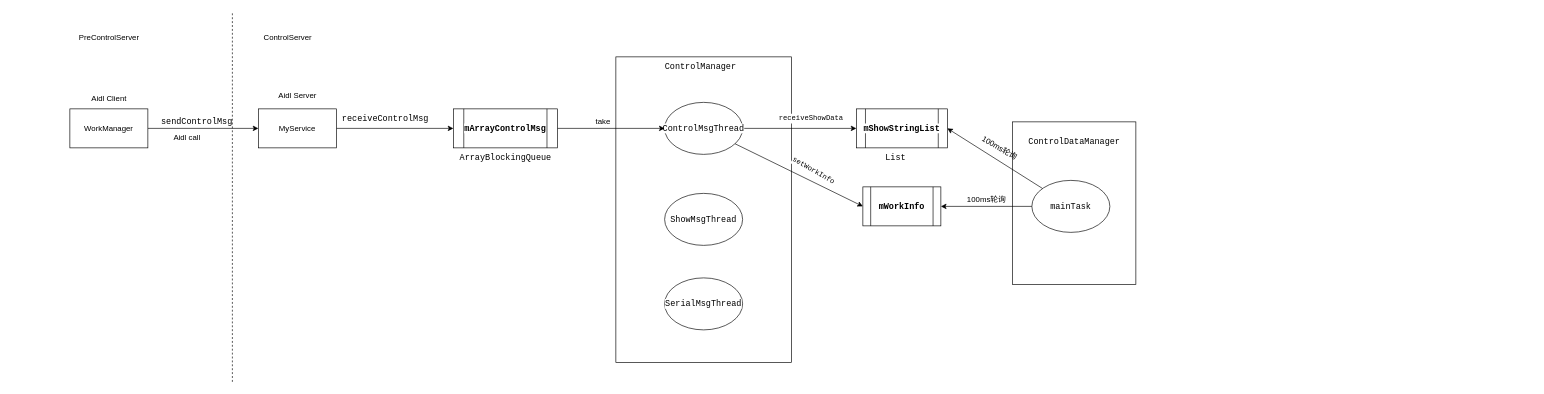
Before: Control_Server.drawio in zhangmeizhen/test2, a draw.io diagram. Source tidied: cells renumbered, new cells numbered last; positions are measured from the earlier drawing's top-left corner, leaving out a move shared by most shapes. Both pictures are drawn from the tidied source at 65%, with x=0, y=0 at pixel (70, 11).
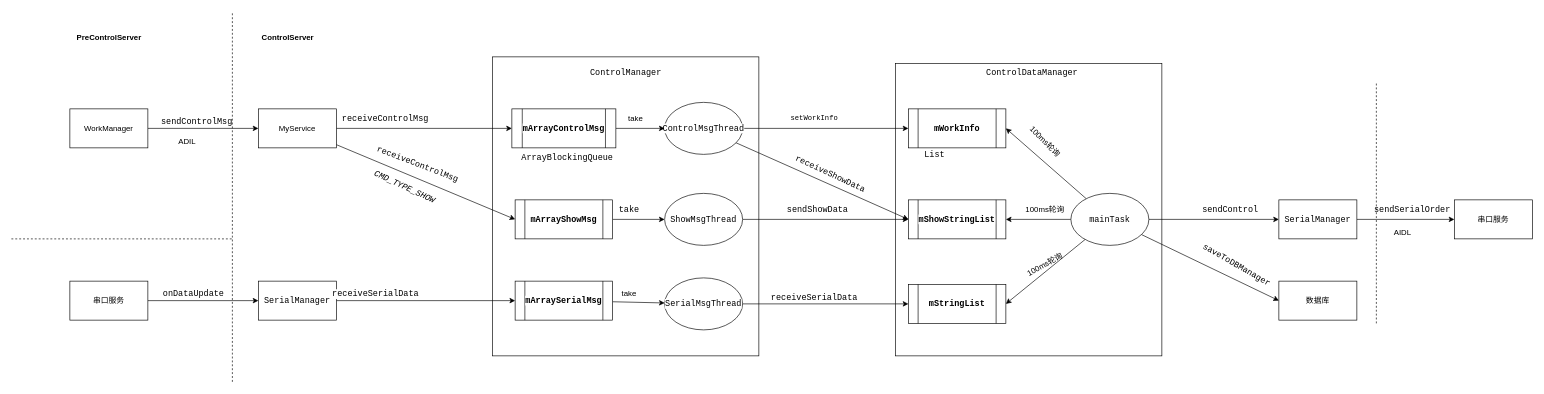
After the change.

Unchanged cells that the change refers to:
```xml
<mxCell id="7" value="&lt;pre style=&quot;background-color: rgb(255 , 255 , 255) ; font-family: &amp;#34;jetbrains mono&amp;#34; , monospace ; font-size: 9.8pt&quot;&gt;ShowMsgThread&lt;/pre&gt;" style="ellipse;whiteSpace=wrap;html=1;" parent="1" vertex="1">
  <mxGeometry x="915" y="280" width="120" height="80" as="geometry" />
</mxCell>
<mxCell id="8" value="&lt;pre style=&quot;background-color: rgb(255 , 255 , 255) ; font-family: &amp;#34;jetbrains mono&amp;#34; , monospace ; font-size: 9.8pt&quot;&gt;SerialMsgThread&lt;/pre&gt;" style="ellipse;whiteSpace=wrap;html=1;" parent="1" vertex="1">
  <mxGeometry x="915" y="410" width="120" height="80" as="geometry" />
</mxCell>
<mxCell id="27" value="MyService" style="rounded=0;whiteSpace=wrap;html=1;" parent="1" vertex="1">
  <mxGeometry x="290" y="150" width="120" height="60" as="geometry" />
</mxCell>
```

Change to the diagram source:
```diff
@@
+    <mxCell id="10" style="rounded=0;whiteSpace=wrap;html=1;" parent="1" vertex="1">
+      <mxGeometry x="1270" y="80" width="410" height="450" as="geometry" />
+    </mxCell>
     <mxCell id="2" style="rounded=0;whiteSpace=wrap;html=1;" parent="1" vertex="1">
-      <mxGeometry x="840" y="70" width="270" height="470" as="geometry" />
+      <mxGeometry x="650" y="70" width="410" height="460" as="geometry" />
     </mxCell>
     <mxCell id="3" value="&lt;pre style=&quot;background-color: rgb(255 , 255 , 255) ; font-family: &amp;#34;jetbrains mono&amp;#34; , monospace ; font-size: 9.8pt&quot;&gt;ControlManager&lt;/pre&gt;" style="text;html=1;align=center;verticalAlign=middle;strokeColor=none;" parent="1" vertex="1">
-      <mxGeometry x="915" y="60" width="110" height="50" as="geometry" />
+      <mxGeometry x="800" y="70" width="110" height="50" as="geometry" />
     </mxCell>
@@
+    <mxCell id="38" style="edgeStyle=none;rounded=0;jettySize=auto;html=1;" parent="1" edge="1" source="7" target="20">
+      <mxGeometry relative="1" as="geometry" />
+    </mxCell>
@@
+    <mxCell id="39" style="edgeStyle=none;rounded=0;jettySize=auto;html=1;entryX=0;entryY=0.5;entryDx=0;entryDy=0;" parent="1" edge="1" source="8" target="56">
+      <mxGeometry relative="1" as="geometry" />
+    </mxCell>
@@
-    <mxCell id="9" style="group;" parent="1" vertex="1">
-      <mxGeometry x="1450" y="170" width="190" height="250" as="geometry" />
-    </mxCell>
-    <mxCell id="10" style="rounded=0;whiteSpace=wrap;html=1;" parent="9" vertex="1">
-      <mxGeometry width="190" height="250" as="geometry" />
-    </mxCell>
-    <mxCell id="11" value="&lt;pre style=&quot;background-color: rgb(255 , 255 , 255) ; font-family: &amp;#34;jetbrains mono&amp;#34; , monospace ; font-size: 9.8pt&quot;&gt;mainTask&lt;/pre&gt;" style="ellipse;whiteSpace=wrap;html=1;" parent="9" vertex="1">
-      <mxGeometry x="30" y="90" width="120" height="80" as="geometry" />
-    </mxCell>
-    <mxCell id="12" value="&lt;pre style=&quot;background-color: rgb(255 , 255 , 255) ; font-family: &amp;#34;jetbrains mono&amp;#34; , monospace ; font-size: 9.8pt&quot;&gt;ControlDataManager&lt;/pre&gt;" style="text;html=1;align=center;verticalAlign=middle;strokeColor=none;" parent="9" vertex="1">
-      <mxGeometry x="25" y="5" width="140" height="50" as="geometry" />
-    </mxCell>
     <mxCell id="13" value="&lt;pre style=&quot;background-color: rgb(255 , 255 , 255) ; font-family: &amp;#34;jetbrains mono&amp;#34; , monospace ; font-size: 9.8pt&quot;&gt;&lt;span style=&quot;font-weight: bold&quot;&gt;mWorkInfo&lt;/span&gt;&lt;/pre&gt;" style="shape=process;whiteSpace=wrap;html=1;backgroundOutline=1;" parent="1" vertex="1">
-      <mxGeometry x="1220" y="270" width="120" height="60" as="geometry" />
+      <mxGeometry x="1290" y="150" width="150" height="60" as="geometry" />
     </mxCell>
-    <mxCell id="14" style="edgeStyle=orthogonalEdgeStyle;rounded=0;jettySize=auto;html=1;entryX=1;entryY=0.5;entryDx=0;entryDy=0;" parent="1" edge="1" source="11" target="13">
+    <mxCell id="14" style="rounded=0;jettySize=auto;html=1;entryX=1;entryY=0.5;entryDx=0;entryDy=0;" parent="1" edge="1" source="11" target="13">
       <mxGeometry relative="1" as="geometry" />
     </mxCell>
     <mxCell id="15" value="100ms轮询" style="text;html=1;align=center;verticalAlign=middle;strokeColor=none;" parent="1" vertex="1">
-      <mxGeometry x="1370" y="280" width="80" height="20" as="geometry" />
+      <mxGeometry x="1460" y="295" width="80" height="20" as="geometry" />
     </mxCell>
@@
     <mxCell id="17" value="&lt;pre style=&quot;background-color: rgb(255 , 255 , 255) ; font-family: &amp;#34;jetbrains mono&amp;#34; , monospace ; font-size: 9.8pt&quot;&gt;&lt;span style=&quot;font-weight: bold&quot;&gt;mArrayControlMsg&lt;/span&gt;&lt;/pre&gt;" style="shape=process;whiteSpace=wrap;html=1;backgroundOutline=1;" parent="1" vertex="1">
-      <mxGeometry x="590" y="150" width="160" height="60" as="geometry" />
+      <mxGeometry x="680" y="150" width="160" height="60" as="geometry" />
     </mxCell>
     <mxCell id="18" value="take" style="text;html=1;align=center;verticalAlign=middle;strokeColor=none;" parent="1" vertex="1">
-      <mxGeometry x="800" y="160" width="40" height="20" as="geometry" />
+      <mxGeometry x="850" y="155" width="40" height="20" as="geometry" />
     </mxCell>
     <mxCell id="19" value="&lt;pre style=&quot;background-color: rgb(255 , 255 , 255) ; font-family: &amp;#34;jetbrains mono&amp;#34; , monospace ; font-size: 9.8pt&quot;&gt;ArrayBlockingQueue&lt;/pre&gt;" style="text;html=1;align=center;verticalAlign=middle;strokeColor=none;" parent="1" vertex="1">
-      <mxGeometry x="600" y="200" width="140" height="50" as="geometry" />
+      <mxGeometry x="695" y="200" width="140" height="50" as="geometry" />
     </mxCell>
     <mxCell id="20" value="&lt;pre style=&quot;background-color: rgb(255 , 255 , 255) ; font-family: &amp;#34;jetbrains mono&amp;#34; , monospace ; font-size: 9.8pt&quot;&gt;&lt;span style=&quot;font-weight: bold&quot;&gt;mShowStringList&lt;/span&gt;&lt;/pre&gt;" style="shape=process;whiteSpace=wrap;html=1;backgroundOutline=1;" parent="1" vertex="1">
-      <mxGeometry x="1210" y="150" width="140" height="60" as="geometry" />
+      <mxGeometry x="1290" y="290" width="150" height="60" as="geometry" />
     </mxCell>
@@
-    <mxCell id="22" value="100ms轮询" style="text;html=1;align=center;verticalAlign=middle;strokeColor=none;rotation=30;" parent="1" vertex="1">
-      <mxGeometry x="1390" y="200" width="80" height="20" as="geometry" />
+    <mxCell id="22" value="100ms轮询" style="text;html=1;align=center;verticalAlign=middle;strokeColor=none;rotation=45;" parent="1" vertex="1">
+      <mxGeometry x="1460" y="190" width="80" height="20" as="geometry" />
     </mxCell>
-    <mxCell id="23" value="&lt;pre style=&quot;background-color: rgb(255 , 255 , 255) ; font-family: &amp;#34;jetbrains mono&amp;#34; , monospace&quot;&gt;&lt;font style=&quot;font-size: 11px&quot;&gt;setWorkInfo&lt;/font&gt;&lt;/pre&gt;" style="text;html=1;align=center;verticalAlign=middle;strokeColor=none;rotation=30;" parent="1" vertex="1">
-      <mxGeometry x="1104" y="225" width="80" height="40" as="geometry" />
+    <mxCell id="23" value="&lt;pre style=&quot;background-color: rgb(255 , 255 , 255) ; font-family: &amp;#34;jetbrains mono&amp;#34; , monospace&quot;&gt;&lt;font style=&quot;font-size: 11px&quot;&gt;setWorkInfo&lt;/font&gt;&lt;/pre&gt;" style="text;html=1;align=center;verticalAlign=middle;strokeColor=none;rotation=0;" parent="1" vertex="1">
+      <mxGeometry x="1105" y="145" width="80" height="40" as="geometry" />
     </mxCell>
-    <mxCell id="24" value="&lt;pre style=&quot;background-color: rgb(255 , 255 , 255) ; font-family: &amp;#34;jetbrains mono&amp;#34; , monospace&quot;&gt;&lt;font style=&quot;font-size: 11px&quot;&gt;receiveShowData&lt;/font&gt;&lt;/pre&gt;" style="text;html=1;align=center;verticalAlign=middle;strokeColor=none;" parent="1" vertex="1">
-      <mxGeometry x="1085" y="145" width="110" height="40" as="geometry" />
+    <mxCell id="24" value="&lt;pre style=&quot;background-color: rgb(255 , 255 , 255) ; font-family: &amp;#34;jetbrains mono&amp;#34; , monospace&quot;&gt;&lt;font style=&quot;font-size: 13px&quot;&gt;receiveShowData&lt;/font&gt;&lt;/pre&gt;" style="text;html=1;align=center;verticalAlign=middle;strokeColor=none;rotation=25;" parent="1" vertex="1">
+      <mxGeometry x="1110" y="230" width="120" height="40" as="geometry" />
     </mxCell>
     <mxCell id="25" value="&lt;pre style=&quot;background-color: rgb(255 , 255 , 255) ; font-family: &amp;#34;jetbrains mono&amp;#34; , monospace ; font-size: 9.8pt&quot;&gt;List&lt;/pre&gt;" style="text;html=1;align=center;verticalAlign=middle;strokeColor=none;" parent="1" vertex="1">
-      <mxGeometry x="1250" y="200" width="40" height="50" as="geometry" />
+      <mxGeometry x="1310" y="195" width="40" height="50" as="geometry" />
     </mxCell>
@@
+    <mxCell id="40" style="edgeStyle=none;rounded=0;jettySize=auto;html=1;entryX=0;entryY=0.5;entryDx=0;entryDy=0;" parent="1" edge="1" source="27" target="42">
+      <mxGeometry relative="1" as="geometry" />
+    </mxCell>
@@
-    <mxCell id="28" value="Aidl Server" style="text;html=1;align=center;verticalAlign=middle;strokeColor=none;" parent="1" vertex="1">
-      <mxGeometry x="310" y="120" width="80" height="20" as="geometry" />
-    </mxCell>
-    <mxCell id="29" value="&lt;pre style=&quot;background-color: rgb(255 , 255 , 255) ; font-family: &amp;#34;jetbrains mono&amp;#34; , monospace ; font-size: 9.8pt&quot;&gt;receiveControlMsg&lt;/pre&gt;" style="text;html=1;align=center;verticalAlign=middle;strokeColor=none;" parent="1" vertex="1">
-      <mxGeometry x="420" y="140" width="130" height="50" as="geometry" />
+    <mxCell id="29" value="&lt;pre style=&quot;background-color: rgb(255 , 255 , 255) ; font-family: &amp;#34;jetbrains mono&amp;#34; , monospace ; font-size: 9.8pt&quot;&gt;&lt;br&gt;&lt;/pre&gt;" style="text;html=1;align=center;verticalAlign=middle;strokeColor=none;" parent="1" vertex="1">
+      <mxGeometry x="475" y="140" width="20" height="50" as="geometry" />
     </mxCell>
@@
-    <mxCell id="33" value="Aidl Client" style="text;html=1;align=center;verticalAlign=middle;strokeColor=none;" parent="1" vertex="1">
-      <mxGeometry x="25" y="125" width="70" height="20" as="geometry" />
-    </mxCell>
-    <mxCell id="34" value="Aidl call" style="text;html=1;align=center;verticalAlign=middle;strokeColor=none;" parent="1" vertex="1">
-      <mxGeometry x="150" y="185" width="60" height="20" as="geometry" />
-    </mxCell>
@@
-    <mxCell id="36" value="PreControlServer" style="text;html=1;align=center;verticalAlign=middle;strokeColor=none;" parent="1" vertex="1">
-      <mxGeometry x="5" y="30" width="110" height="20" as="geometry" />
+    <mxCell id="36" value="&lt;b&gt;PreControlServer&lt;/b&gt;" style="text;html=1;align=center;verticalAlign=middle;strokeColor=none;" parent="1" vertex="1">
+      <mxGeometry y="30" width="120" height="20" as="geometry" />
     </mxCell>
-    <mxCell id="37" value="ControlServer" style="text;html=1;align=center;verticalAlign=middle;strokeColor=none;" parent="1" vertex="1">
-      <mxGeometry x="290" y="30" width="90" height="20" as="geometry" />
+    <mxCell id="37" value="&lt;b&gt;ControlServer&lt;/b&gt;" style="text;html=1;align=center;verticalAlign=middle;strokeColor=none;" parent="1" vertex="1">
+      <mxGeometry x="285" y="30" width="100" height="20" as="geometry" />
     </mxCell>
+    <mxCell id="41" style="edgeStyle=none;rounded=0;jettySize=auto;html=1;" parent="1" edge="1" source="42" target="7">
+      <mxGeometry relative="1" as="geometry" />
+    </mxCell>
+    <mxCell id="42" value="&lt;pre style=&quot;background-color: rgb(255 , 255 , 255) ; font-family: &amp;#34;jetbrains mono&amp;#34; , monospace ; font-size: 9.8pt&quot;&gt;&lt;span style=&quot;font-weight: bold&quot;&gt;mArrayShowMsg&lt;/span&gt;&lt;/pre&gt;" style="shape=process;whiteSpace=wrap;html=1;backgroundOutline=1;" parent="1" vertex="1">
+      <mxGeometry x="685" y="290" width="150" height="60" as="geometry" />
+    </mxCell>
+    <mxCell id="43" value="&lt;pre style=&quot;background-color: rgb(255 , 255 , 255) ; font-family: &amp;#34;jetbrains mono&amp;#34; , monospace ; font-size: 9.8pt&quot;&gt;&lt;span style=&quot;font-style: italic&quot;&gt;CMD_TYPE_SHOW&lt;/span&gt;&lt;/pre&gt;" style="text;html=1;align=center;verticalAlign=middle;strokeColor=none;rotation=25;" parent="1" vertex="1">
+      <mxGeometry x="450" y="245" width="130" height="50" as="geometry" />
+    </mxCell>
+    <mxCell id="44" value="&lt;pre style=&quot;background-color: rgb(255 , 255 , 255) ; font-family: &amp;#34;jetbrains mono&amp;#34; , monospace ; font-size: 9.8pt&quot;&gt;take&lt;/pre&gt;" style="text;html=1;align=center;verticalAlign=middle;strokeColor=none;" parent="1" vertex="1">
+      <mxGeometry x="840" y="280" width="40" height="50" as="geometry" />
+    </mxCell>
+    <mxCell id="45" style="edgeStyle=none;rounded=0;jettySize=auto;html=1;" parent="1" edge="1" source="46" target="8">
+      <mxGeometry relative="1" as="geometry" />
+    </mxCell>
+    <mxCell id="46" value="&lt;pre style=&quot;background-color: rgb(255 , 255 , 255) ; font-family: &amp;#34;jetbrains mono&amp;#34; , monospace ; font-size: 9.8pt&quot;&gt;&lt;span style=&quot;font-weight: bold&quot;&gt;mArraySerialMsg&lt;/span&gt;&lt;/pre&gt;" style="shape=process;whiteSpace=wrap;html=1;backgroundOutline=1;" parent="1" vertex="1">
+      <mxGeometry x="685" y="415" width="150" height="60" as="geometry" />
+    </mxCell>
+    <mxCell id="47" value="&lt;span&gt;ADIL&lt;/span&gt;" style="text;html=1;align=center;verticalAlign=middle;strokeColor=none;" parent="1" vertex="1">
+      <mxGeometry x="160" y="190" width="40" height="20" as="geometry" />
+    </mxCell>
+    <mxCell id="48" style="endArrow=none;dashed=1;html=1;" parent="1" edge="1">
+      <mxGeometry relative="1" as="geometry">
+        <mxPoint x="-90" y="350" as="sourcePoint" />
+        <mxPoint x="250" y="350" as="targetPoint" />
+      </mxGeometry>
+    </mxCell>
+    <mxCell id="49" style="edgeStyle=none;rounded=0;jettySize=auto;html=1;entryX=0;entryY=0.5;entryDx=0;entryDy=0;" parent="1" edge="1" source="50" target="52">
+      <mxGeometry relative="1" as="geometry" />
+    </mxCell>
+    <mxCell id="50" value="串口服务" style="whiteSpace=wrap;html=1;" parent="1" vertex="1">
+      <mxGeometry y="415" width="120" height="60" as="geometry" />
+    </mxCell>
+    <mxCell id="51" style="edgeStyle=none;rounded=0;jettySize=auto;html=1;entryX=0;entryY=0.5;entryDx=0;entryDy=0;" parent="1" edge="1" source="52" target="46">
+      <mxGeometry relative="1" as="geometry" />
+    </mxCell>
+    <mxCell id="52" value="&lt;pre style=&quot;background-color: rgb(255 , 255 , 255) ; font-family: &amp;#34;jetbrains mono&amp;#34; , monospace ; font-size: 9.8pt&quot;&gt;SerialManager&lt;/pre&gt;" style="whiteSpace=wrap;html=1;" parent="1" vertex="1">
+      <mxGeometry x="290" y="415" width="120" height="60" as="geometry" />
+    </mxCell>
+    <mxCell id="53" value="&lt;pre style=&quot;background-color: rgb(255 , 255 , 255) ; font-family: &amp;#34;jetbrains mono&amp;#34; , monospace ; font-size: 9.8pt&quot;&gt;onDataUpdate&lt;/pre&gt;" style="text;html=1;align=center;verticalAlign=middle;strokeColor=none;" parent="1" vertex="1">
+      <mxGeometry x="140" y="410" width="100" height="50" as="geometry" />
+    </mxCell>
+    <mxCell id="54" value="&lt;pre style=&quot;background-color: rgb(255 , 255 , 255) ; font-family: &amp;#34;jetbrains mono&amp;#34; , monospace ; font-size: 9.8pt&quot;&gt;receiveSerialData&lt;/pre&gt;" style="text;html=1;align=center;verticalAlign=middle;strokeColor=none;" parent="1" vertex="1">
+      <mxGeometry x="410" y="410" width="120" height="50" as="geometry" />
+    </mxCell>
+    <mxCell id="55" value="take" style="text;html=1;align=center;verticalAlign=middle;strokeColor=none;" parent="1" vertex="1">
+      <mxGeometry x="840" y="425" width="40" height="20" as="geometry" />
+    </mxCell>
+    <mxCell id="56" value="&lt;pre style=&quot;background-color: rgb(255 , 255 , 255) ; font-family: &amp;#34;jetbrains mono&amp;#34; , monospace ; font-size: 9.8pt&quot;&gt;&lt;span style=&quot;font-weight: bold&quot;&gt;mStringList&lt;/span&gt;&lt;/pre&gt;" style="shape=process;whiteSpace=wrap;html=1;backgroundOutline=1;" parent="1" vertex="1">
+      <mxGeometry x="1290" y="420" width="150" height="60" as="geometry" />
+    </mxCell>
+    <mxCell id="57" value="&lt;pre style=&quot;background-color: rgb(255 , 255 , 255) ; font-family: &amp;#34;jetbrains mono&amp;#34; , monospace ; font-size: 9.8pt&quot;&gt;receiveSerialData&lt;/pre&gt;" style="text;html=1;align=center;verticalAlign=middle;strokeColor=none;" parent="1" vertex="1">
+      <mxGeometry x="1085" y="415" width="120" height="50" as="geometry" />
+    </mxCell>
+    <mxCell id="58" style="edgeStyle=none;rounded=0;jettySize=auto;html=1;entryX=1;entryY=0.5;entryDx=0;entryDy=0;" parent="1" edge="1" source="11" target="56">
+      <mxGeometry relative="1" as="geometry" />
+    </mxCell>
+    <mxCell id="59" value="100ms轮询" style="text;html=1;align=center;verticalAlign=middle;strokeColor=none;rotation=-29;" parent="1" vertex="1">
+      <mxGeometry x="1460" y="380" width="80" height="20" as="geometry" />
+    </mxCell>
+    <mxCell id="60" style="edgeStyle=none;rounded=0;jettySize=auto;html=1;" parent="1" edge="1" source="61" target="64">
+      <mxGeometry relative="1" as="geometry" />
+    </mxCell>
+    <mxCell id="61" value="&lt;pre style=&quot;background-color: rgb(255 , 255 , 255) ; font-family: &amp;#34;jetbrains mono&amp;#34; , monospace ; font-size: 9.8pt&quot;&gt;SerialManager&lt;/pre&gt;" style="whiteSpace=wrap;html=1;" parent="1" vertex="1">
+      <mxGeometry x="1860" y="290" width="120" height="60" as="geometry" />
+    </mxCell>
+    <mxCell id="62" style="edgeStyle=none;rounded=0;jettySize=auto;html=1;entryX=0;entryY=0.5;entryDx=0;entryDy=0;" parent="1" edge="1" source="11" target="61">
+      <mxGeometry relative="1" as="geometry" />
+    </mxCell>
+    <mxCell id="63" value="&lt;pre style=&quot;background-color: rgb(255 , 255 , 255) ; font-family: &amp;#34;jetbrains mono&amp;#34; , monospace ; font-size: 9.8pt&quot;&gt;sendControl&lt;/pre&gt;" style="text;html=1;align=center;verticalAlign=middle;strokeColor=none;" parent="1" vertex="1">
+      <mxGeometry x="1740" y="280" width="90" height="50" as="geometry" />
+    </mxCell>
+    <mxCell id="64" value="串口服务" style="whiteSpace=wrap;html=1;" parent="1" vertex="1">
+      <mxGeometry x="2130" y="290" width="120" height="60" as="geometry" />
+    </mxCell>
+    <mxCell id="65" value="&lt;pre style=&quot;background-color: rgb(255 , 255 , 255) ; font-family: &amp;#34;jetbrains mono&amp;#34; , monospace ; font-size: 9.8pt&quot;&gt;sendSerialOrder&lt;/pre&gt;" style="text;html=1;align=center;verticalAlign=middle;strokeColor=none;" parent="1" vertex="1">
+      <mxGeometry x="2010" y="280" width="110" height="50" as="geometry" />
+    </mxCell>
+    <mxCell id="66" value="AIDL" style="text;html=1;align=center;verticalAlign=middle;strokeColor=none;" parent="1" vertex="1">
+      <mxGeometry x="2030" y="330" width="40" height="20" as="geometry" />
+    </mxCell>
+    <mxCell id="67" value="数据库" style="whiteSpace=wrap;html=1;" parent="1" vertex="1">
+      <mxGeometry x="1860" y="415" width="120" height="60" as="geometry" />
+    </mxCell>
+    <mxCell id="68" style="edgeStyle=none;rounded=0;jettySize=auto;html=1;entryX=0;entryY=0.5;entryDx=0;entryDy=0;" parent="1" edge="1" source="11" target="67">
+      <mxGeometry relative="1" as="geometry" />
+    </mxCell>
+    <mxCell id="69" value="&lt;pre style=&quot;background-color: rgb(255 , 255 , 255) ; font-family: &amp;#34;jetbrains mono&amp;#34; , monospace ; font-size: 9.8pt&quot;&gt;saveToDBManager&lt;/pre&gt;" style="text;html=1;align=center;verticalAlign=middle;strokeColor=none;rotation=30;" parent="1" vertex="1">
+      <mxGeometry x="1730" y="365" width="130" height="50" as="geometry" />
+    </mxCell>
+    <mxCell id="70" value="&lt;pre style=&quot;background-color: rgb(255 , 255 , 255) ; font-family: &amp;#34;jetbrains mono&amp;#34; , monospace ; font-size: 9.8pt&quot;&gt;sendShowData&lt;/pre&gt;" style="text;html=1;align=center;verticalAlign=middle;strokeColor=none;" parent="1" vertex="1">
+      <mxGeometry x="1095" y="280" width="110" height="50" as="geometry" />
+    </mxCell>
+    <mxCell id="71" style="endArrow=none;dashed=1;html=1;" parent="1" edge="1">
+      <mxGeometry relative="1" as="geometry">
+        <mxPoint x="2010" y="480" as="sourcePoint" />
+        <mxPoint x="2010" y="110" as="targetPoint" />
+      </mxGeometry>
+    </mxCell>
+    <mxCell id="72" value="&lt;pre style=&quot;background-color: rgb(255 , 255 , 255) ; font-family: &amp;#34;jetbrains mono&amp;#34; , monospace ; font-size: 9.8pt&quot;&gt;receiveControlMsg&lt;/pre&gt;" style="text;html=1;align=center;verticalAlign=middle;strokeColor=none;rotation=21;" parent="1" vertex="1">
+      <mxGeometry x="470" y="210" width="130" height="50" as="geometry" />
+    </mxCell>
+    <mxCell id="73" value="&lt;pre style=&quot;background-color: rgb(255 , 255 , 255) ; font-family: &amp;#34;jetbrains mono&amp;#34; , monospace ; font-size: 9.8pt&quot;&gt;receiveControlMsg&lt;/pre&gt;" style="text;html=1;align=center;verticalAlign=middle;strokeColor=none;" parent="1" vertex="1">
+      <mxGeometry x="420" y="140" width="130" height="50" as="geometry" />
+    </mxCell>
+    <mxCell id="11" value="&lt;pre style=&quot;background-color: rgb(255 , 255 , 255) ; font-family: &amp;#34;jetbrains mono&amp;#34; , monospace ; font-size: 9.8pt&quot;&gt;mainTask&lt;/pre&gt;" style="ellipse;whiteSpace=wrap;html=1;" parent="1" vertex="1">
+      <mxGeometry x="1540" y="280" width="120" height="80" as="geometry" />
+    </mxCell>
+    <mxCell id="12" value="&lt;pre style=&quot;background-color: rgb(255 , 255 , 255) ; font-family: &amp;#34;jetbrains mono&amp;#34; , monospace ; font-size: 9.8pt&quot;&gt;ControlDataManager&lt;/pre&gt;" style="text;html=1;align=center;verticalAlign=middle;strokeColor=none;" parent="1" vertex="1">
+      <mxGeometry x="1410" y="70" width="140" height="50" as="geometry" />
+    </mxCell>
```
